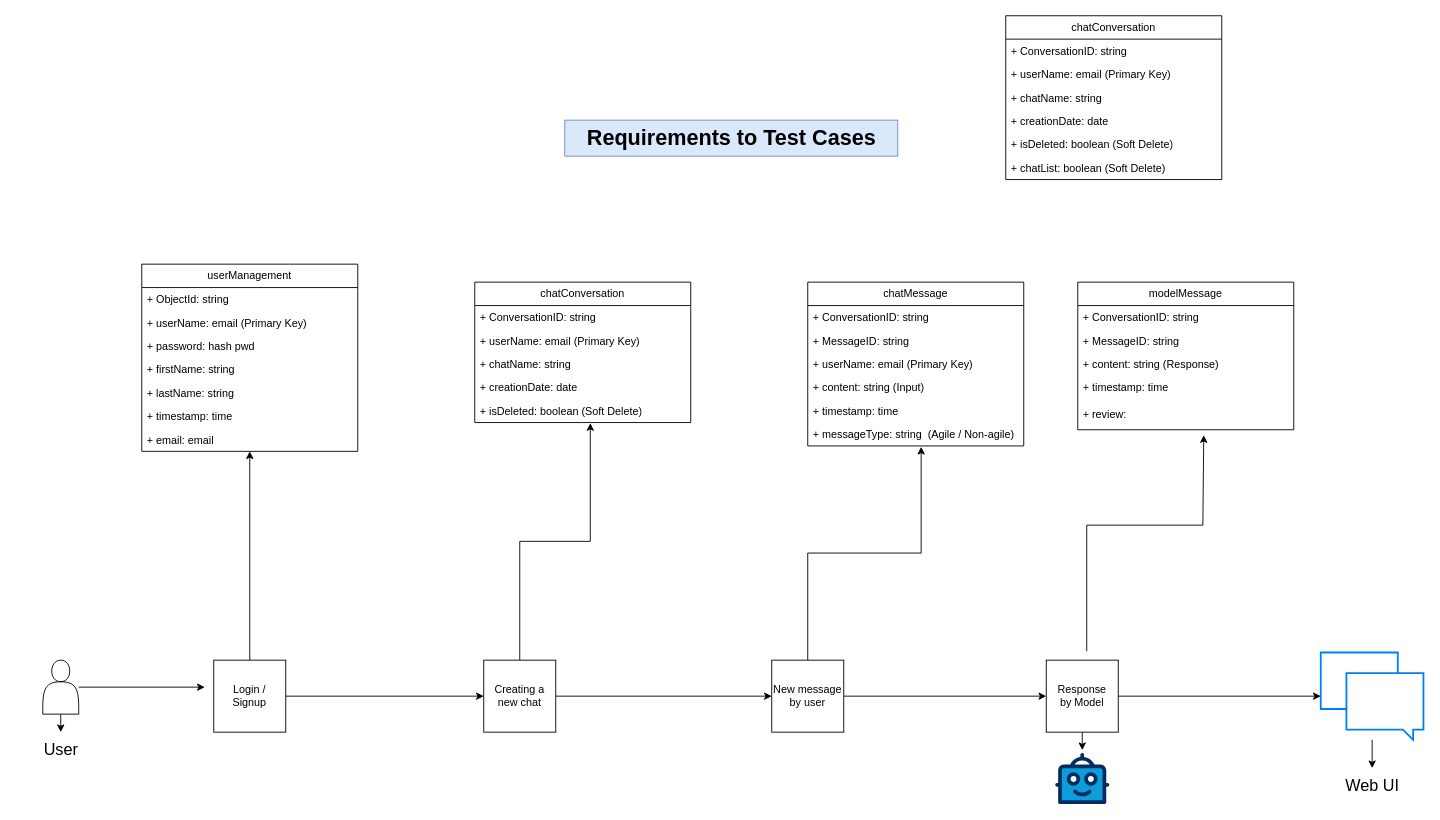
This is page "Chat History" (1 of 2) of xbot.drawio from MaranRider/diagram, a draw.io file, before an edit. Source tidied: cells renumbered, new cells numbered last; positions are measured from the earlier drawing's top-left corner, leaving out a move shared by most shapes. Both pictures are drawn from the tidied source at 90%, with x=0, y=0 at pixel (15, 15).
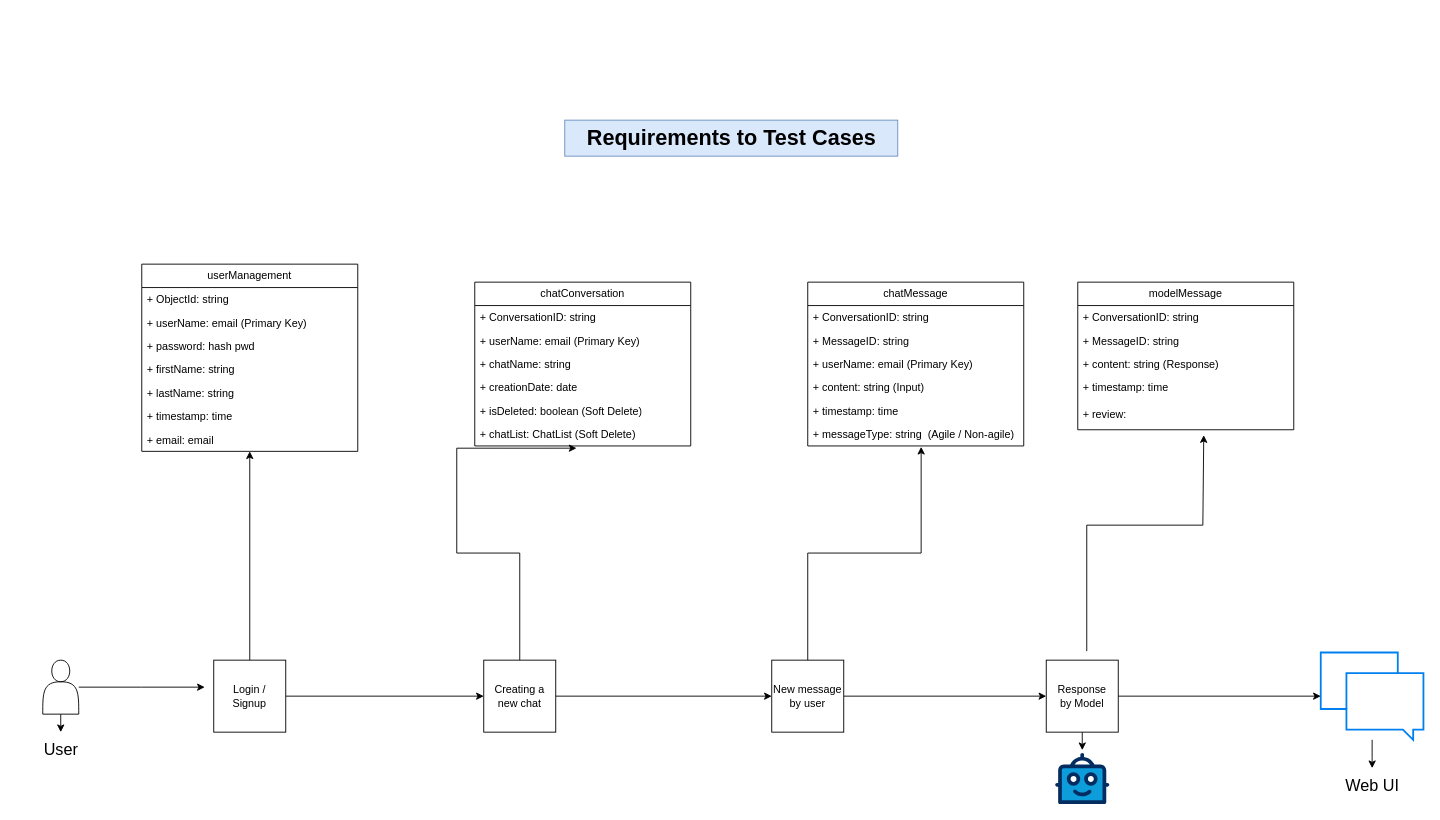
The same diagram, later.

The change refers to these unchanged cells:
```xml
<mxCell id="15" value="+ isDeleted: boolean (Soft Delete)" style="text;strokeColor=none;fillColor=none;align=left;verticalAlign=top;spacingLeft=4;spacingRight=4;overflow=hidden;points=[[0,0.5],[1,0.5]];portConstraint=eastwest;whiteSpace=wrap;html=1;swimlaneLine=1;" parent="10" vertex="1">
  <mxGeometry y="130" width="240" height="26" as="geometry" />
</mxCell>
<mxCell id="42" value="Creating a new chat" style="whiteSpace=wrap;html=1;swimlaneLine=1;" parent="1" vertex="1">
  <mxGeometry x="520" y="716" width="80" height="80" as="geometry" />
</mxCell>
```

Change to the diagram source:
```diff
@@
     <mxCell id="10" value="chatConversation" style="swimlane;fontStyle=0;horizontal=1;startSize=26;fillColor=none;whiteSpace=wrap;html=1;swimlaneLine=1;" parent="1" vertex="1">
-      <mxGeometry x="510" y="296" width="240" height="156" as="geometry" />
+      <mxGeometry x="510" y="296" width="240" height="182" as="geometry" />
     </mxCell>
@@
+    <mxCell id="58" value="+ chatList: ChatList (Soft Delete)" style="text;strokeColor=none;fillColor=none;align=left;verticalAlign=top;spacingLeft=4;spacingRight=4;overflow=hidden;points=[[0,0.5],[1,0.5]];portConstraint=eastwest;whiteSpace=wrap;html=1;swimlaneLine=1;" parent="10" vertex="1">
+      <mxGeometry y="156" width="240" height="26" as="geometry" />
+    </mxCell>
@@
-    <mxCell id="40" style="edgeStyle=orthogonalEdgeStyle;rounded=0;jettySize=auto;html=1;elbow=vertical;entryX=0.535;entryY=1.024;entryDx=0;entryDy=0;entryPerimeter=0;swimlaneLine=1;" parent="1" edge="1" source="42" target="15">
+    <mxCell id="40" style="edgeStyle=orthogonalEdgeStyle;rounded=0;jettySize=auto;html=1;elbow=vertical;entryX=0.471;entryY=1.095;entryDx=0;entryDy=0;entryPerimeter=0;swimlaneLine=1;" parent="1" edge="1" source="42" target="58">
       <mxGeometry relative="1" as="geometry" />
     </mxCell>
@@
-    <mxCell id="51" value="chatConversation" style="swimlane;fontStyle=0;horizontal=1;startSize=26;fillColor=none;whiteSpace=wrap;html=1;swimlaneLine=1;" parent="1" vertex="1">
-      <mxGeometry x="1100" width="240" height="182" as="geometry" />
-    </mxCell>
-    <mxCell id="52" value="+&amp;nbsp;ConversationID: string" style="text;strokeColor=none;fillColor=none;align=left;verticalAlign=top;spacingLeft=4;spacingRight=4;overflow=hidden;whiteSpace=wrap;html=1;swimlaneLine=1;" parent="51" vertex="1">
-      <mxGeometry y="26" width="240" height="26" as="geometry" />
-    </mxCell>
-    <mxCell id="53" value="+ userName: email&amp;nbsp;(Primary Key)" style="text;strokeColor=none;fillColor=none;align=left;verticalAlign=top;spacingLeft=4;spacingRight=4;overflow=hidden;whiteSpace=wrap;html=1;swimlaneLine=1;" parent="51" vertex="1">
-      <mxGeometry y="52" width="240" height="26" as="geometry" />
-    </mxCell>
-    <mxCell id="54" value="+ chatName: string" style="text;strokeColor=none;fillColor=none;align=left;verticalAlign=top;spacingLeft=4;spacingRight=4;overflow=hidden;whiteSpace=wrap;html=1;swimlaneLine=1;" parent="51" vertex="1">
-      <mxGeometry y="78" width="240" height="26" as="geometry" />
-    </mxCell>
-    <mxCell id="55" value="+ creationDate: date" style="text;strokeColor=none;fillColor=none;align=left;verticalAlign=top;spacingLeft=4;spacingRight=4;overflow=hidden;whiteSpace=wrap;html=1;swimlaneLine=1;" parent="51" vertex="1">
-      <mxGeometry y="104" width="240" height="26" as="geometry" />
-    </mxCell>
-    <mxCell id="56" value="+ isDeleted: boolean (Soft Delete)" style="text;strokeColor=none;fillColor=none;align=left;verticalAlign=top;spacingLeft=4;spacingRight=4;overflow=hidden;whiteSpace=wrap;html=1;swimlaneLine=1;" parent="51" vertex="1">
-      <mxGeometry y="130" width="240" height="26" as="geometry" />
-    </mxCell>
-    <mxCell id="57" value="+ chatList: boolean (Soft Delete)" style="text;strokeColor=none;fillColor=none;align=left;verticalAlign=top;spacingLeft=4;spacingRight=4;overflow=hidden;whiteSpace=wrap;html=1;swimlaneLine=1;" parent="51" vertex="1">
-      <mxGeometry y="156" width="240" height="26" as="geometry" />
-    </mxCell>
```
